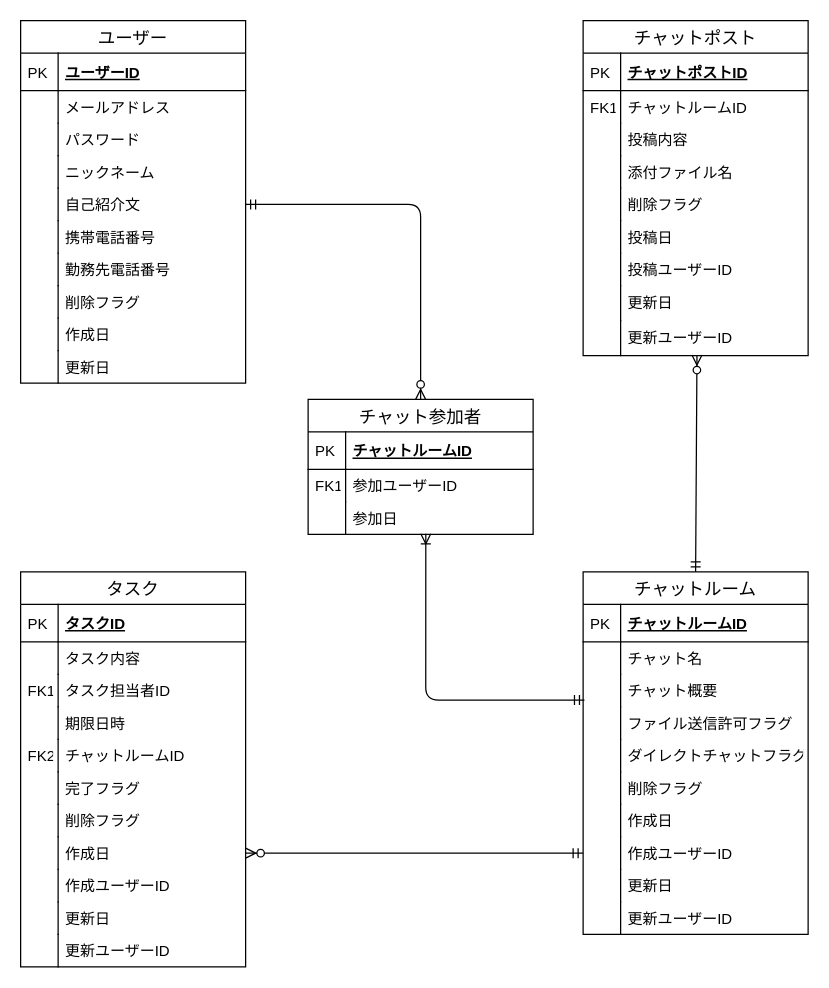
Above: db/db-challenge1/er.drawio in yongdai/quelcode-db (draw.io), before the change. Source tidied: cells renumbered, new cells numbered last; positions are measured from the earlier drawing's top-left corner, leaving out a move shared by most shapes. Both pictures are drawn from the tidied source at 125%, with x=0, y=0 at pixel (20, 20).
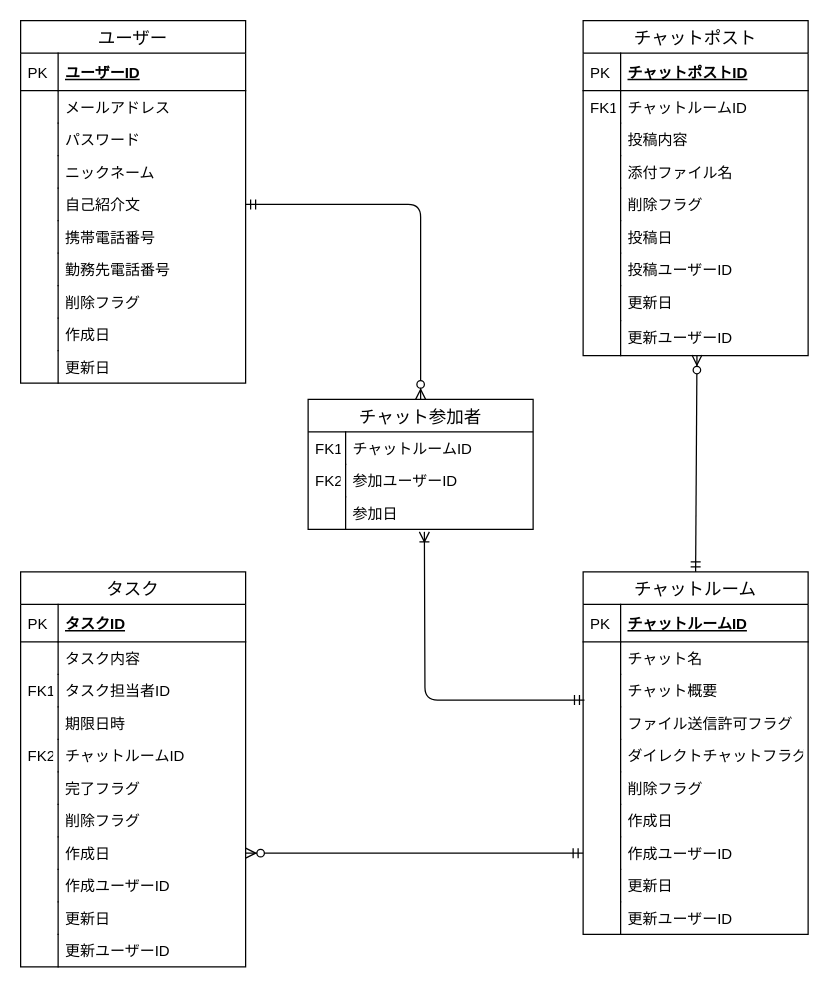
Above is the later version.

The change refers to these unchanged cells:
```xml
<mxCell id="30" value="チャット概要" style="shape=partialRectangle;top=0;left=0;right=0;bottom=0;align=left;verticalAlign=top;fillColor=none;spacingLeft=34;spacingRight=4;overflow=hidden;points=[[0,0.5],[1,0.5]];portConstraint=eastwest;fontSize=12;" parent="25" vertex="1">
  <mxGeometry y="82" width="180" height="26" as="geometry" />
</mxCell>
```

Change to the diagram source:
```diff
@@
     <mxCell id="67" value="チャット参加者" style="swimlane;fontStyle=0;horizontal=1;startSize=26;align=center;fontSize=14;" parent="1" vertex="1">
-      <mxGeometry x="230" y="303" width="180" height="108" as="geometry" />
+      <mxGeometry x="230" y="303" width="180" height="104" as="geometry" />
     </mxCell>
-    <mxCell id="68" value="チャットルームID" style="shape=partialRectangle;top=0;left=0;right=0;bottom=1;align=left;verticalAlign=middle;fillColor=none;spacingLeft=34;spacingRight=4;overflow=hidden;fontStyle=5;fontSize=12;" parent="67" vertex="1">
-      <mxGeometry y="26" width="180" height="30" as="geometry" />
-    </mxCell>
-    <mxCell id="69" value="PK" style="shape=partialRectangle;top=0;left=0;bottom=0;fillColor=none;align=left;verticalAlign=middle;spacingLeft=4;spacingRight=4;overflow=hidden;fontSize=12;" parent="68" vertex="1">
-      <mxGeometry width="30" height="30" as="geometry" />
-    </mxCell>
-    <mxCell id="70" value="参加ユーザーID" style="shape=partialRectangle;top=0;left=0;right=0;bottom=0;align=left;verticalAlign=top;fillColor=none;spacingLeft=34;spacingRight=4;overflow=hidden;fontSize=12;" parent="67" vertex="1">
-      <mxGeometry y="56" width="180" height="26" as="geometry" />
+    <mxCell id="70" value="チャットルームID" style="shape=partialRectangle;top=0;left=0;right=0;bottom=0;align=left;verticalAlign=top;fillColor=none;spacingLeft=34;spacingRight=4;overflow=hidden;fontSize=12;" parent="67" vertex="1">
+      <mxGeometry y="26" width="180" height="26" as="geometry" />
     </mxCell>
@@
-    <mxCell id="72" value="参加日" style="shape=partialRectangle;top=0;left=0;right=0;bottom=0;align=left;verticalAlign=top;fillColor=none;spacingLeft=34;spacingRight=4;overflow=hidden;points=[[0,0.5],[1,0.5]];portConstraint=eastwest;fontSize=12;" parent="67" vertex="1">
-      <mxGeometry y="82" width="180" height="26" as="geometry" />
+    <mxCell id="72" value="参加ユーザーID" style="shape=partialRectangle;top=0;left=0;right=0;bottom=0;align=left;verticalAlign=top;fillColor=none;spacingLeft=34;spacingRight=4;overflow=hidden;points=[[0,0.5],[1,0.5]];portConstraint=eastwest;fontSize=12;" parent="67" vertex="1">
+      <mxGeometry y="52" width="180" height="26" as="geometry" />
     </mxCell>
-    <mxCell id="73" style="shape=partialRectangle;top=0;left=0;bottom=0;fillColor=none;align=left;verticalAlign=top;spacingLeft=4;spacingRight=4;overflow=hidden;fontSize=12;" parent="72" vertex="1">
+    <mxCell id="73" value="FK2" style="shape=partialRectangle;top=0;left=0;bottom=0;fillColor=none;align=left;verticalAlign=top;spacingLeft=4;spacingRight=4;overflow=hidden;fontSize=12;" parent="72" vertex="1">
       <mxGeometry width="30" height="26" as="geometry" />
     </mxCell>
+    <mxCell id="97" value="参加日" style="shape=partialRectangle;top=0;left=0;right=0;bottom=0;align=left;verticalAlign=top;fillColor=none;spacingLeft=34;spacingRight=4;overflow=hidden;fontSize=12;" parent="67" vertex="1">
+      <mxGeometry y="78" width="180" height="26" as="geometry" />
+    </mxCell>
+    <mxCell id="98" style="shape=partialRectangle;top=0;left=0;bottom=0;fillColor=none;align=left;verticalAlign=top;spacingLeft=4;spacingRight=4;overflow=hidden;fontSize=12;" parent="97" vertex="1">
+      <mxGeometry width="30" height="26" as="geometry" />
+    </mxCell>
@@
-    <mxCell id="75" style="edgeStyle=orthogonalEdgeStyle;fontSize=12;html=1;endArrow=ERoneToMany;startArrow=ERmandOne;exitX=0.006;exitY=0.789;exitDx=0;exitDy=0;entryX=0.523;entryY=0.981;entryDx=0;entryDy=0;entryPerimeter=0;exitPerimeter=0;" parent="1" edge="1" source="30" target="72">
-      <mxGeometry relative="1" as="geometry" />
+    <mxCell id="75" style="edgeStyle=orthogonalEdgeStyle;fontSize=12;html=1;endArrow=ERoneToMany;startArrow=ERmandOne;exitX=0.006;exitY=0.789;exitDx=0;exitDy=0;exitPerimeter=0;" parent="1" edge="1" source="30">
+      <mxGeometry relative="1" as="geometry">
+        <mxPoint x="323" y="409" as="targetPoint" />
+      </mxGeometry>
     </mxCell>
```
